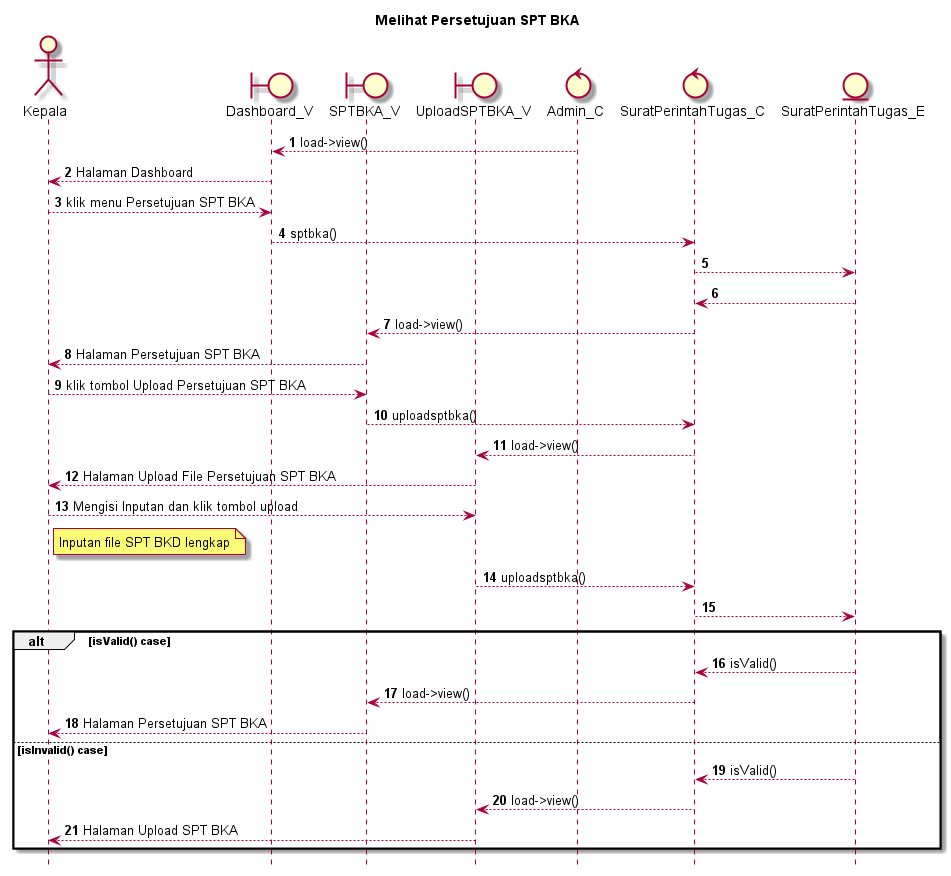
The PlantUML diagram SELAIN SISTEM/UML/SEQUENCE/out/kepala/AA_SUDAH/UploadPersetujuanSPTBKA/Melihat Persetujuan SPT BKA.png in kurniado729/sistem_kp, before a commit.
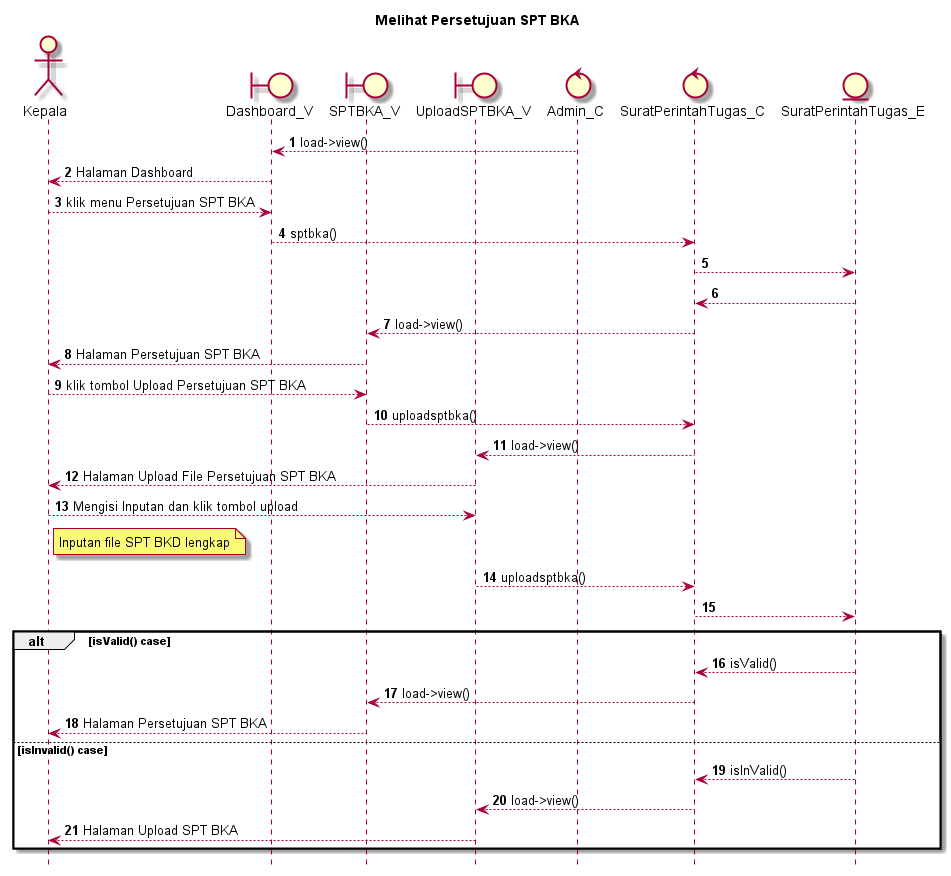
The same diagram one commit later.

Change to the diagram source:
```diff
@@ -42,7 +42,7 @@
 
 else isInvalid() case
 
-    SuratPerintahTugas_E --> SuratPerintahTugas_C: isValid()
+    SuratPerintahTugas_E --> SuratPerintahTugas_C: isInValid()
     SuratPerintahTugas_C --> UploadSPTBKA_V: load->view()
     UploadSPTBKA_V --> Kepala: Halaman Upload SPT BKA
 end
```
